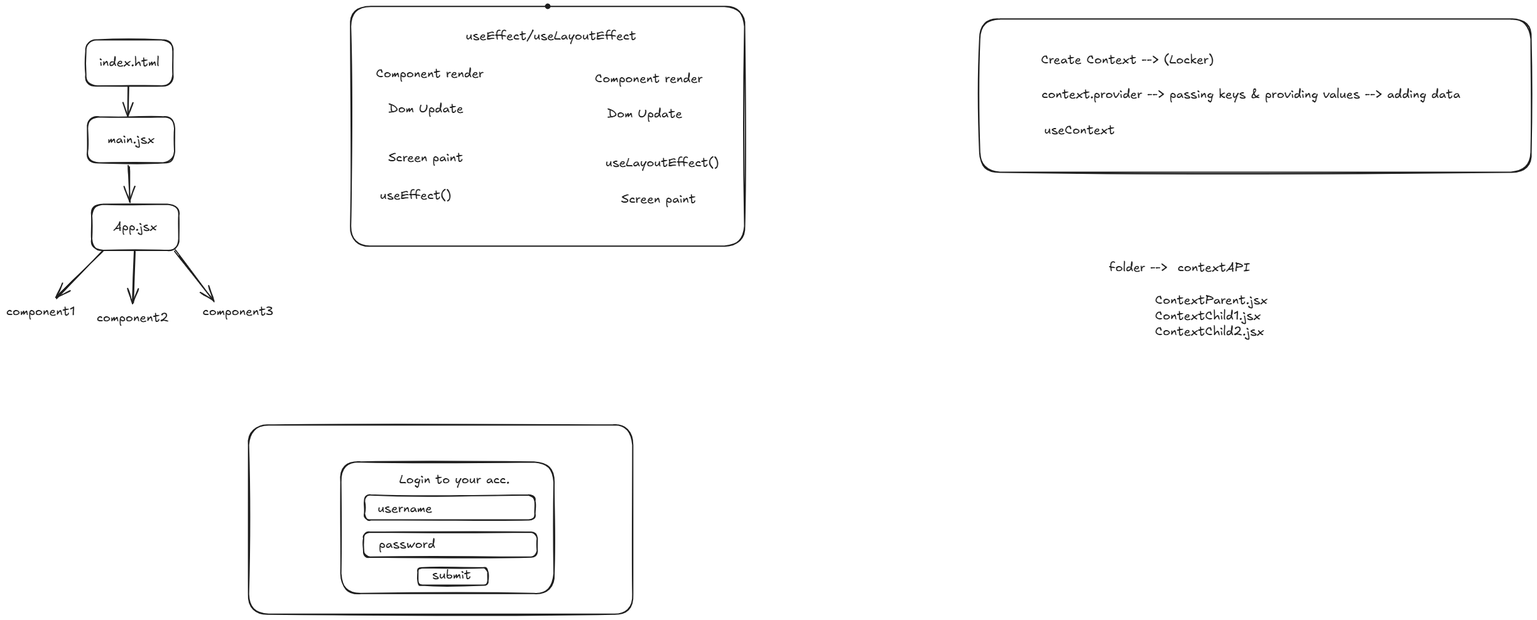
Above: Web Technology/ReactJS/first.excalidraw.png in 9ayushh/QSpider (Excalidraw), before the change. Source tidied: one line per element, renumbered; positions are measured from the earlier drawing's top-left corner, leaving out a move shared by most shapes.
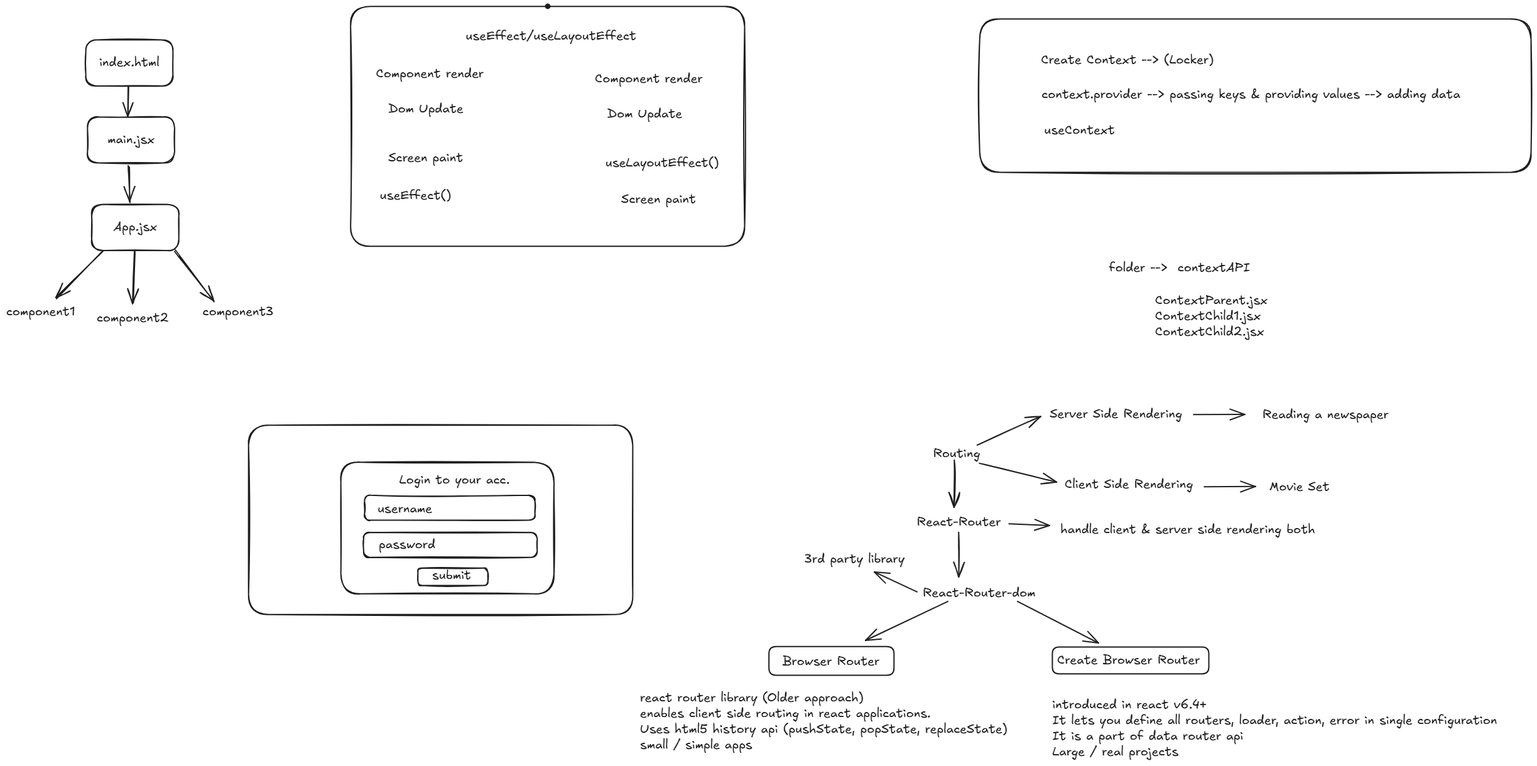
The same file after the commit.

Diff of the diagram source:
```diff
@@ -38,3 +38,28 @@
 {"id": 37, "type": "rectangle", "strokeColor": "#1e1e1e", "strokeWidth": 2, "roughness": 1, "round": true, "x": 1550, "y": 20, "width": 878, "height": 244}
 {"id": 38, "type": "text", "text": "folder -->  contextAPI", "strokeColor": "#1e1e1e", "strokeWidth": 2, "roughness": 1, "fontSize": 20, "fontFamily": 5, "x": 1756, "y": 405, "width": 225, "height": 25}
 {"id": 39, "type": "text", "text": "ContextParent.jsx\nContextChild1.jsx\nContextChild2.jsx", "strokeColor": "#1e1e1e", "strokeWidth": 2, "roughness": 1, "fontSize": 20, "fontFamily": 5, "x": 1829, "y": 457, "width": 179, "height": 75}
+{"id": 40, "type": "text", "text": "Routing", "strokeColor": "#1e1e1e", "strokeWidth": 2, "roughness": 1, "fontSize": 20, "fontFamily": 5, "x": 1475, "y": 700, "width": 75, "height": 25}
+{"id": 41, "type": "arrow", "strokeColor": "#1e1e1e", "strokeWidth": 2, "roughness": 1, "endArrowhead": "arrow", "from": 40, "x": 1546, "y": 699, "width": 101, "height": 45, "points": [[0, 0], [101, -45]]}
+{"id": 42, "type": "arrow", "strokeColor": "#1e1e1e", "strokeWidth": 2, "roughness": 1, "endArrowhead": "arrow", "from": 40, "x": 1549, "y": 728, "width": 123, "height": 30, "points": [[0, 0], [123, 30]]}
+{"id": 43, "type": "arrow", "strokeColor": "#1e1e1e", "strokeWidth": 2, "roughness": 1, "endArrowhead": "arrow", "from": 40, "x": 1509, "y": 723, "width": 0, "height": 75, "points": [[0, 0], [0, 75]]}
+{"id": 44, "type": "text", "text": "React-Router", "strokeColor": "#1e1e1e", "strokeWidth": 2, "roughness": 1, "fontSize": 20, "fontFamily": 5, "x": 1449, "y": 810, "width": 134, "height": 25}
+{"id": 45, "type": "arrow", "strokeColor": "#1e1e1e", "strokeWidth": 2, "roughness": 1, "endArrowhead": "arrow", "from": 44, "x": 1516, "y": 838, "width": 0, "height": 71, "points": [[0, 0], [0, 71]]}
+{"id": 46, "type": "text", "text": "React-Router-dom", "strokeColor": "#1e1e1e", "strokeWidth": 2, "roughness": 1, "fontSize": 20, "fontFamily": 5, "x": 1459, "y": 922, "width": 180, "height": 25}
+{"id": 47, "type": "arrow", "strokeColor": "#1e1e1e", "strokeWidth": 2, "roughness": 0, "endArrowhead": "arrow", "from": 46, "x": 1450, "y": 933, "width": 68, "height": 32, "points": [[0, 0], [-68, -32]]}
+{"id": 48, "type": "text", "text": "3rd party library", "strokeColor": "#1e1e1e", "strokeWidth": 2, "roughness": 0, "fontSize": 20, "fontFamily": 5, "x": 1271, "y": 869, "width": 160, "height": 25}
+{"id": 49, "type": "arrow", "strokeColor": "#1e1e1e", "strokeWidth": 2, "roughness": 0, "endArrowhead": "arrow", "from": 46, "x": 1499, "y": 948, "width": 131, "height": 62, "points": [[0, 0], [-131, 62]]}
+{"id": 50, "type": "arrow", "strokeColor": "#1e1e1e", "strokeWidth": 2, "roughness": 0, "endArrowhead": "arrow", "from": 46, "x": 1610, "y": 948, "width": 129, "height": 66, "points": [[0, 0], [129, 66]]}
+{"id": 51, "type": "text", "text": "Server Side Rendering", "strokeColor": "#1e1e1e", "strokeWidth": 2, "roughness": 0, "fontSize": 20, "fontFamily": 5, "x": 1661, "y": 638, "width": 211, "height": 25}
+{"id": 52, "type": "text", "text": "Client Side Rendering", "strokeColor": "#1e1e1e", "strokeWidth": 2, "roughness": 0, "fontSize": 20, "fontFamily": 5, "x": 1685, "y": 750, "width": 204, "height": 25}
+{"id": 53, "type": "arrow", "strokeColor": "#1e1e1e", "strokeWidth": 2, "roughness": 0, "endArrowhead": "arrow", "x": 1890, "y": 650, "width": 81, "height": 0, "points": [[0, 0], [81, 0]]}
+{"id": 54, "type": "arrow", "strokeColor": "#1e1e1e", "strokeWidth": 2, "roughness": 0, "endArrowhead": "arrow", "x": 1907, "y": 765, "width": 81, "height": 0, "points": [[0, 0], [81, 0]]}
+{"id": 55, "type": "text", "text": "Reading a newspaper", "strokeColor": "#1e1e1e", "strokeWidth": 2, "roughness": 0, "fontSize": 20, "fontFamily": 5, "x": 2000, "y": 639, "width": 201, "height": 25}
+{"id": 56, "type": "text", "text": "Movie Set", "strokeColor": "#1e1e1e", "strokeWidth": 2, "roughness": 0, "fontSize": 20, "fontFamily": 5, "x": 2011, "y": 754, "width": 96, "height": 25}
+{"id": 57, "type": "arrow", "strokeColor": "#1e1e1e", "strokeWidth": 2, "roughness": 0, "endArrowhead": "arrow", "from": 44, "x": 1597, "y": 824, "width": 64, "height": 3, "points": [[0, 0], [64, 3]]}
+{"id": 58, "type": "text", "text": "handle client & server side rendering both", "strokeColor": "#1e1e1e", "strokeWidth": 2, "roughness": 0, "fontSize": 20, "fontFamily": 5, "x": 1678, "y": 821, "width": 405, "height": 25}
+{"id": 59, "type": "text", "text": "Browser Router", "strokeColor": "#1e1e1e", "strokeWidth": 2, "roughness": 0, "fontSize": 20, "fontFamily": 5, "x": 1235, "y": 1032, "width": 155, "height": 25}
+{"id": 60, "type": "rectangle", "strokeColor": "#1e1e1e", "strokeWidth": 2, "roughness": 0, "round": true, "x": 1214, "y": 1020, "width": 199, "height": 46}
+{"id": 61, "type": "text", "text": "Create Browser Router", "strokeColor": "#1e1e1e", "strokeWidth": 2, "roughness": 0, "fontSize": 20, "fontFamily": 5, "x": 1673, "y": 1029, "width": 227, "height": 25}
+{"id": 62, "type": "rectangle", "strokeColor": "#1e1e1e", "strokeWidth": 2, "roughness": 0, "round": true, "x": 1665, "y": 1020, "width": 249, "height": 43}
+{"id": 63, "type": "text", "text": "react router library (Older approach)\nenables client side routing in react applications.\nUses html5 history api (pushState, popState, replaceState)\nsmall / simple apps", "strokeColor": "#1e1e1e", "strokeWidth": 2, "roughness": 0, "fontSize": 20, "fontFamily": 5, "x": 1009, "y": 1089, "width": 585, "height": 100}
+{"id": 64, "type": "text", "text": "introduced in react v6.4+\nIt lets you define all routers, loader, action, error in single configuration\nIt is a part of data router api\nLarge / real projects ", "strokeColor": "#1e1e1e", "strokeWidth": 2, "roughness": 0, "fontSize": 20, "fontFamily": 5, "x": 1665, "y": 1101, "width": 708, "height": 100}
```
